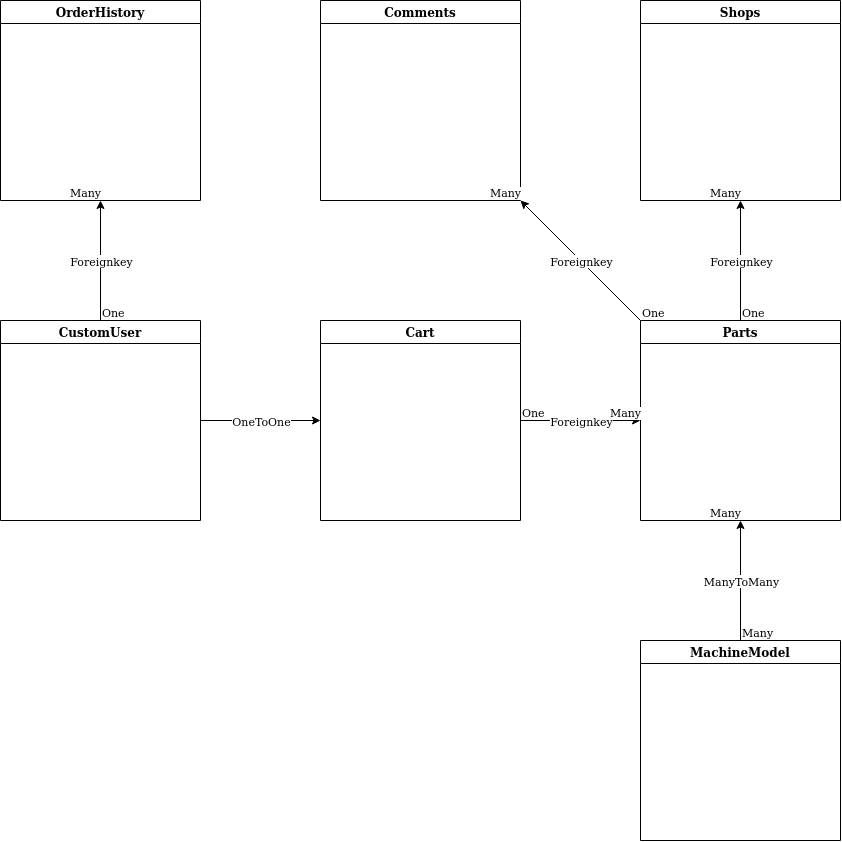
This is docs/DataBaseGraph.drawio.png from OleksandrZhydyk/PartsOnlineStore, a draw.io export, as it was before one commit. Source tidied: cells renumbered, new cells last; positions are measured from the earlier drawing's top-left corner, leaving out a move shared by most shapes. Its diagram source:
```xml
<mxGraphModel>
  <root>
    <mxCell id="0" />
    <mxCell id="1" parent="0" />
    <mxCell id="2" value="CustomUser" style="swimlane;" parent="1" vertex="1">
      <mxGeometry y="320" width="200" height="200" as="geometry" />
    </mxCell>
    <mxCell id="3" value="Cart" style="swimlane;" parent="1" vertex="1">
      <mxGeometry x="320" y="320" width="200" height="200" as="geometry" />
    </mxCell>
    <mxCell id="4" value="Parts" style="swimlane;" parent="1" vertex="1">
      <mxGeometry x="640" y="320" width="200" height="200" as="geometry" />
    </mxCell>
    <mxCell id="5" value="Comments" style="swimlane;" parent="1" vertex="1">
      <mxGeometry x="320" width="200" height="200" as="geometry" />
    </mxCell>
    <mxCell id="6" value="Shops" style="swimlane;" parent="1" vertex="1">
      <mxGeometry x="640" width="200" height="200" as="geometry" />
    </mxCell>
    <mxCell id="7" value="MachineModel" style="swimlane;" parent="1" vertex="1">
      <mxGeometry x="640" y="640" width="200" height="200" as="geometry" />
    </mxCell>
    <mxCell id="8" value="OrderHistory" style="swimlane;" parent="1" vertex="1">
      <mxGeometry width="200" height="200" as="geometry" />
    </mxCell>
    <mxCell id="9" style="endArrow=classic;html=1;rounded=0;entryX=1;entryY=1;entryDx=0;entryDy=0;exitX=0;exitY=0;exitDx=0;exitDy=0;" parent="1" edge="1" source="4" target="5">
      <mxGeometry relative="1" as="geometry" />
    </mxCell>
    <mxCell id="10" value="Foreignkey" style="edgeLabel;html=1;align=center;verticalAlign=middle;" parent="9" vertex="1">
      <mxGeometry relative="1" as="geometry" />
    </mxCell>
    <mxCell id="11" value="One" style="edgeLabel;html=1;align=left;verticalAlign=bottom;" parent="9" vertex="1">
      <mxGeometry x="-1" relative="1" as="geometry" />
    </mxCell>
    <mxCell id="12" value="Many" style="edgeLabel;html=1;align=right;verticalAlign=bottom;" parent="9" vertex="1">
      <mxGeometry x="1" relative="1" as="geometry" />
    </mxCell>
    <mxCell id="13" style="endArrow=classic;html=1;rounded=0;entryX=0.5;entryY=1;entryDx=0;entryDy=0;exitX=0.5;exitY=0;exitDx=0;exitDy=0;" parent="1" edge="1" source="4" target="6">
      <mxGeometry relative="1" as="geometry" />
    </mxCell>
    <mxCell id="14" value="Foreignkey" style="edgeLabel;html=1;align=center;verticalAlign=middle;" parent="13" vertex="1">
      <mxGeometry relative="1" as="geometry" />
    </mxCell>
    <mxCell id="15" value="One" style="edgeLabel;html=1;align=left;verticalAlign=bottom;" parent="13" vertex="1">
      <mxGeometry x="-1" relative="1" as="geometry" />
    </mxCell>
    <mxCell id="16" value="Many" style="edgeLabel;html=1;align=right;verticalAlign=bottom;" parent="13" vertex="1">
      <mxGeometry x="1" relative="1" as="geometry" />
    </mxCell>
    <mxCell id="17" style="endArrow=classic;html=1;rounded=0;exitX=0.5;exitY=0;exitDx=0;exitDy=0;entryX=0.5;entryY=1;entryDx=0;entryDy=0;" parent="1" edge="1" source="2" target="8">
      <mxGeometry relative="1" as="geometry" />
    </mxCell>
    <mxCell id="18" value="Foreignkey" style="edgeLabel;html=1;align=center;verticalAlign=middle;" parent="17" vertex="1">
      <mxGeometry relative="1" as="geometry" />
    </mxCell>
    <mxCell id="19" value="One" style="edgeLabel;html=1;align=left;verticalAlign=bottom;" parent="17" vertex="1">
      <mxGeometry x="-1" relative="1" as="geometry" />
    </mxCell>
    <mxCell id="20" value="Many" style="edgeLabel;html=1;align=right;verticalAlign=bottom;" parent="17" vertex="1">
      <mxGeometry x="1" relative="1" as="geometry" />
    </mxCell>
    <mxCell id="21" style="endArrow=classic;html=1;rounded=0;entryX=0;entryY=0.5;entryDx=0;entryDy=0;exitX=1;exitY=0.5;exitDx=0;exitDy=0;" parent="1" edge="1" source="3" target="4">
      <mxGeometry relative="1" as="geometry" />
    </mxCell>
    <mxCell id="22" value="Foreignkey" style="edgeLabel;html=1;align=center;verticalAlign=middle;" parent="21" vertex="1">
      <mxGeometry relative="1" as="geometry" />
    </mxCell>
    <mxCell id="23" value="One" style="edgeLabel;html=1;align=left;verticalAlign=bottom;" parent="21" vertex="1">
      <mxGeometry x="-1" relative="1" as="geometry" />
    </mxCell>
    <mxCell id="24" value="Many" style="edgeLabel;html=1;align=right;verticalAlign=bottom;" parent="21" vertex="1">
      <mxGeometry x="1" relative="1" as="geometry" />
    </mxCell>
    <mxCell id="25" style="endArrow=classic;html=1;rounded=0;exitX=1;exitY=0.5;exitDx=0;exitDy=0;entryX=0;entryY=0.5;entryDx=0;entryDy=0;" parent="1" edge="1" source="2" target="3">
      <mxGeometry relative="1" as="geometry" />
    </mxCell>
    <mxCell id="26" value="OneToOne" style="edgeLabel;html=1;align=center;verticalAlign=middle;" parent="25" vertex="1">
      <mxGeometry relative="1" as="geometry" />
    </mxCell>
    <mxCell id="27" style="endArrow=classic;html=1;rounded=0;entryX=0.5;entryY=1;entryDx=0;entryDy=0;exitX=0.5;exitY=0;exitDx=0;exitDy=0;" parent="1" edge="1" source="7" target="4">
      <mxGeometry relative="1" as="geometry" />
    </mxCell>
    <mxCell id="28" value="ManyToMany" style="edgeLabel;html=1;align=center;verticalAlign=middle;" parent="27" vertex="1">
      <mxGeometry relative="1" as="geometry" />
    </mxCell>
    <mxCell id="29" value="Many" style="edgeLabel;html=1;align=left;verticalAlign=bottom;" parent="27" vertex="1">
      <mxGeometry x="-1" relative="1" as="geometry" />
    </mxCell>
    <mxCell id="30" value="Many" style="edgeLabel;html=1;align=right;verticalAlign=bottom;" parent="27" vertex="1">
      <mxGeometry x="1" relative="1" as="geometry" />
    </mxCell>
  </root>
</mxGraphModel>
```
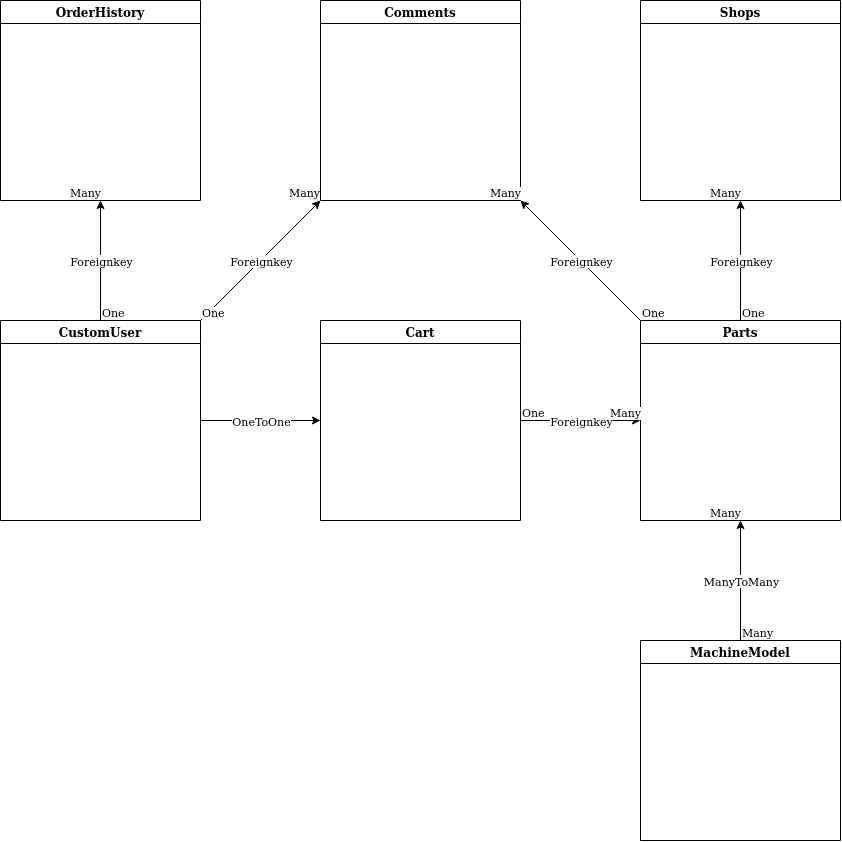
After the commit.

What changed in the source:
```diff
@@ -89,5 +89,17 @@
     <mxCell id="30" value="Many" style="edgeLabel;html=1;align=right;verticalAlign=bottom;" parent="27" vertex="1">
       <mxGeometry x="1" relative="1" as="geometry" />
     </mxCell>
+    <mxCell id="31" style="endArrow=classic;html=1;rounded=0;entryX=0;entryY=1;entryDx=0;entryDy=0;exitX=1;exitY=0;exitDx=0;exitDy=0;" parent="1" edge="1" source="2" target="5">
+      <mxGeometry relative="1" as="geometry" />
+    </mxCell>
+    <mxCell id="32" value="Foreignkey" style="edgeLabel;html=1;align=center;verticalAlign=middle;" parent="31" vertex="1">
+      <mxGeometry relative="1" as="geometry" />
+    </mxCell>
+    <mxCell id="33" value="One" style="edgeLabel;html=1;align=left;verticalAlign=bottom;" parent="31" vertex="1">
+      <mxGeometry x="-1" relative="1" as="geometry" />
+    </mxCell>
+    <mxCell id="34" value="Many" style="edgeLabel;html=1;align=right;verticalAlign=bottom;" parent="31" vertex="1">
+      <mxGeometry x="1" relative="1" as="geometry" />
+    </mxCell>
   </root>
 </mxGraphModel>
```
